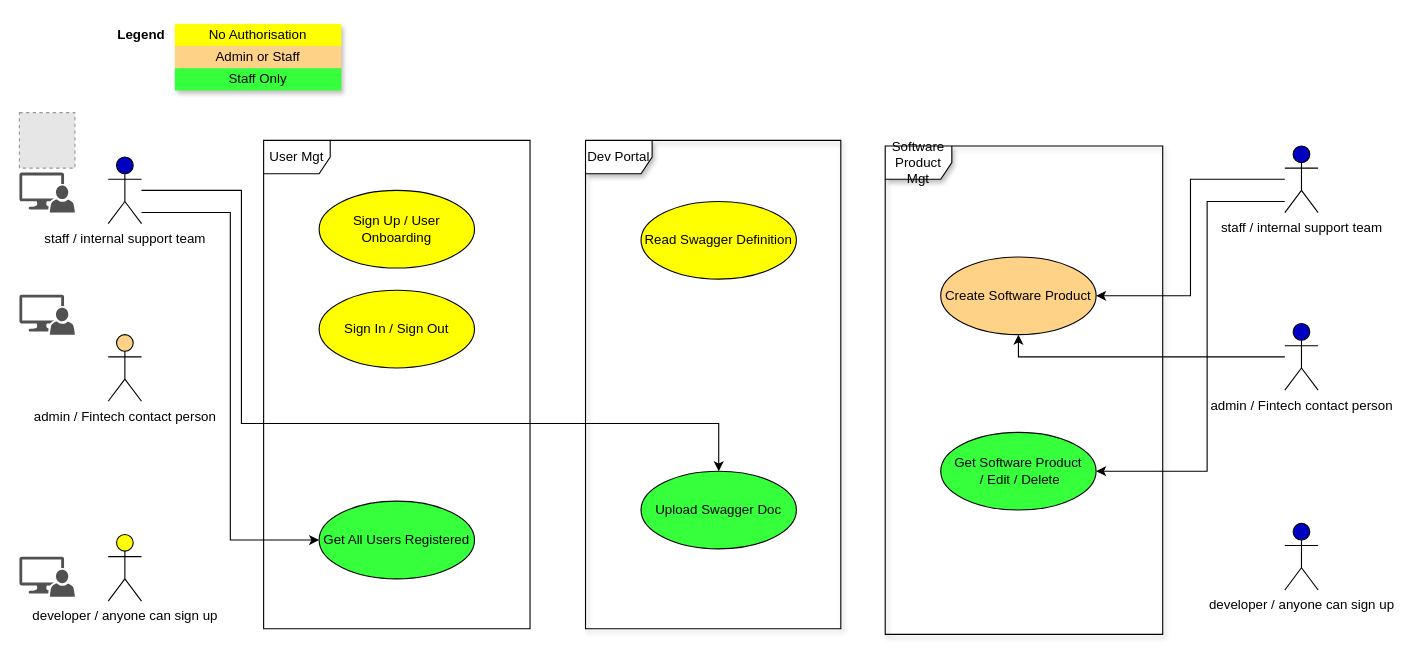
This is Untitled Diagram.drawio from JoyceZ-collabZone/buildAndDeployMyCapstoneProject, a draw.io file, before an edit. Source tidied: cells renumbered, new cells numbered last; positions are measured from the earlier drawing's top-left corner, leaving out a move shared by most shapes. Both pictures are drawn from the tidied source at 111%, with x=0, y=0 at pixel (19, 23). Pictures stored in the file or linked from it are replaced by grey dashed boxes.
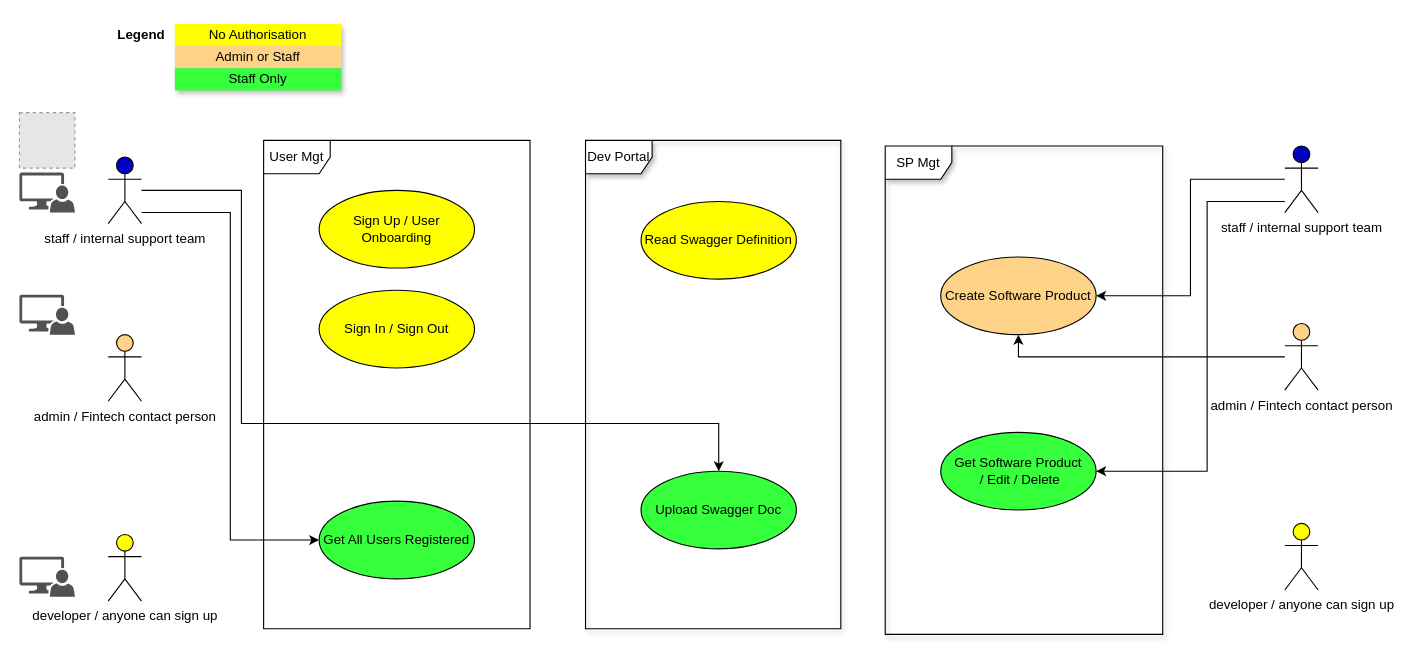
The same diagram, later.

The edit, as a diff of the source:
```diff
@@
-    <mxCell id="3" value="Software Product Mgt" style="shape=umlFrame;whiteSpace=wrap;html=1;shadow=1;" parent="1" vertex="1">
+    <mxCell id="3" value="SP Mgt" style="shape=umlFrame;whiteSpace=wrap;html=1;shadow=1;" parent="1" vertex="1">
       <mxGeometry x="780" y="110" width="250" height="440" as="geometry" />
     </mxCell>
@@
-    <mxCell id="20" value="admin / Fintech contact person" style="shape=umlActor;verticalLabelPosition=bottom;verticalAlign=top;html=1;fillColor=#0000C2;" parent="1" vertex="1">
+    <mxCell id="20" value="admin / Fintech contact person" style="shape=umlActor;verticalLabelPosition=bottom;verticalAlign=top;html=1;fillColor=#FFD387;" parent="1" vertex="1">
       <mxGeometry x="1140" y="270" width="30" height="60" as="geometry" />
     </mxCell>
-    <mxCell id="21" value="developer / anyone can sign up" style="shape=umlActor;verticalLabelPosition=bottom;verticalAlign=top;html=1;fillColor=#0000C2;" parent="1" vertex="1">
+    <mxCell id="21" value="developer / anyone can sign up" style="shape=umlActor;verticalLabelPosition=bottom;verticalAlign=top;html=1;fillColor=#FFFF00;" parent="1" vertex="1">
       <mxGeometry x="1140" y="450" width="30" height="60" as="geometry" />
     </mxCell>
```
